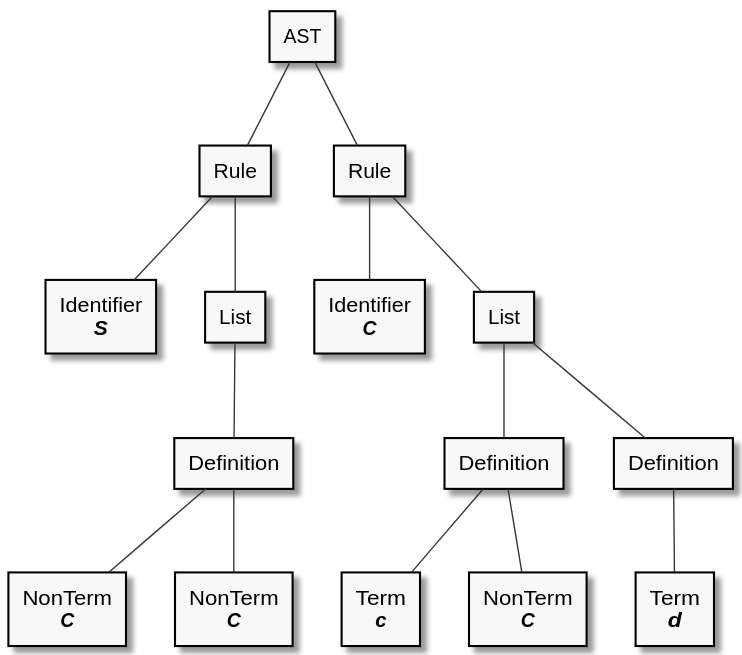
This is extra-doc/presentations/grammar-ast.svg from chlablak/platinum-parsing, a PlantUML export, as it was before one commit. Its source is kept beside it as res/diagrams/misc/grammar-ast.plantuml. Source of this version:
```plantuml
@startuml

skinparam monochrome true

rectangle "AST" as ast
rectangle "Rule" as rule1
rectangle "Identifier\n<i><b>S</b></i>" as id1
rectangle "List" as list1
rectangle "Definition" as def11
rectangle "NonTerm\n<i><b>C</b></i>" as nt111
rectangle "NonTerm\n<i><b>C</b></i>" as nt112
rectangle "Rule" as rule2
rectangle "Identifier\n<i><b>C</b></i>" as id2
rectangle "List" as list2
rectangle "Definition" as def21
rectangle "Definition" as def22
rectangle "Term\n<i><b>c</b></i>" as t211
rectangle "NonTerm\n<i><b>C</b></i>" as nt211
rectangle "Term\n<i><b>d</b></i>" as t221

ast -- rule1
rule1 -- id1
rule1 -- list1
list1 -- def11
def11 -- nt111
def11 -- nt112
ast -- rule2
rule2 -- id2
rule2 -- list2
list2 -- def21
def21 -- t211
def21 -- nt211
list2 -- def22
def22 -- t221

@enduml
```
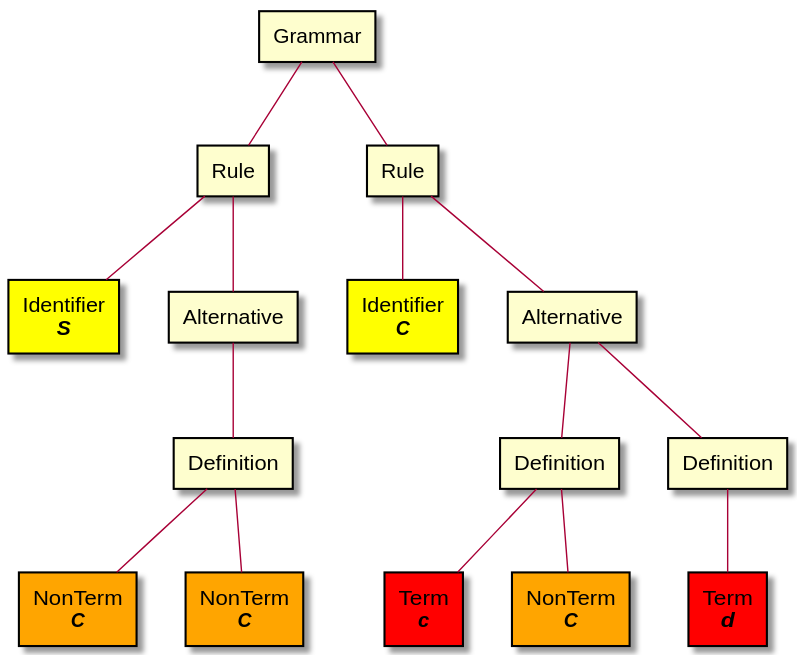
After the commit.

Diff of the diagram source:
```diff
@@ -1,22 +1,20 @@
 @startuml
 
-skinparam monochrome true
-
-rectangle "AST" as ast
+rectangle "Grammar" as ast
 rectangle "Rule" as rule1
-rectangle "Identifier\n<i><b>S</b></i>" as id1
-rectangle "List" as list1
+rectangle "Identifier\n<i><b>S</b></i>" as id1 #Yellow
+rectangle "Alternative" as list1
 rectangle "Definition" as def11
-rectangle "NonTerm\n<i><b>C</b></i>" as nt111
-rectangle "NonTerm\n<i><b>C</b></i>" as nt112
+rectangle "NonTerm\n<i><b>C</b></i>" as nt111 #Orange
+rectangle "NonTerm\n<i><b>C</b></i>" as nt112 #Orange
 rectangle "Rule" as rule2
-rectangle "Identifier\n<i><b>C</b></i>" as id2
-rectangle "List" as list2
+rectangle "Identifier\n<i><b>C</b></i>" as id2 #Yellow
+rectangle "Alternative" as list2
 rectangle "Definition" as def21
 rectangle "Definition" as def22
-rectangle "Term\n<i><b>c</b></i>" as t211
-rectangle "NonTerm\n<i><b>C</b></i>" as nt211
-rectangle "Term\n<i><b>d</b></i>" as t221
+rectangle "Term\n<i><b>c</b></i>" as t211 #Red
+rectangle "NonTerm\n<i><b>C</b></i>" as nt211 #Orange
+rectangle "Term\n<i><b>d</b></i>" as t221 #Red
 
 ast -- rule1
 rule1 -- id1
```
